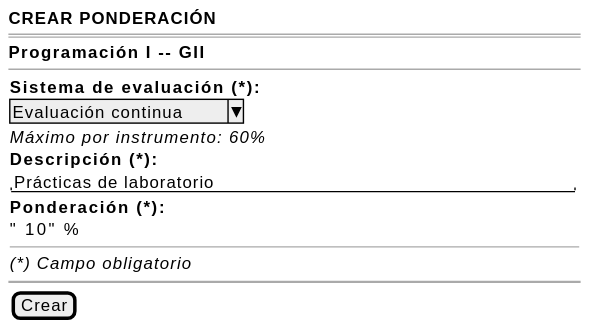
mmasias/pyCeldaPublico keeps this PlantUML diagram as images/RUP/01-requisitos/03-detalle-casos-uso/crearPonderacionEvaluacion/wireframe-formulario.svg. Above is the earlier version.
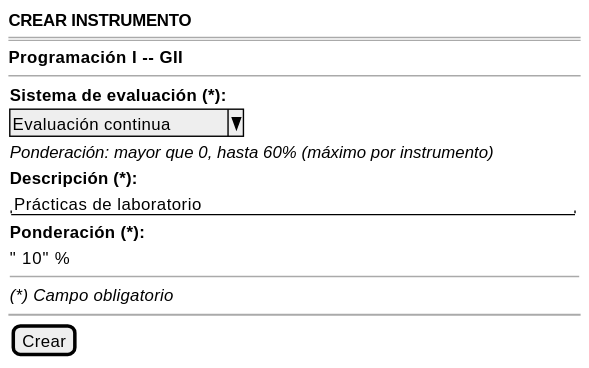
Above is the later version.

What changed in the source:
```diff
@@ -1,13 +1,13 @@
 @startsalt crearPonderacionEvaluacion-wireframe-formulario
 {
-    <b>CREAR PONDERACIÓN</b>
+    <b>CREAR INSTRUMENTO</b>
     ====
     <b>Programación I -- GII</b>
     --
     {
         <b>Sistema de evaluación (*):</b>
         ^Evaluación continua^
-        <i>Máximo por instrumento: 60%</i>
+        <i>Ponderación: mayor que 0, hasta 60% (máximo por instrumento)</i>
         <b>Descripción (*):</b>
         "Prácticas de laboratorio                          "
         <b>Ponderación (*):</b>
```
